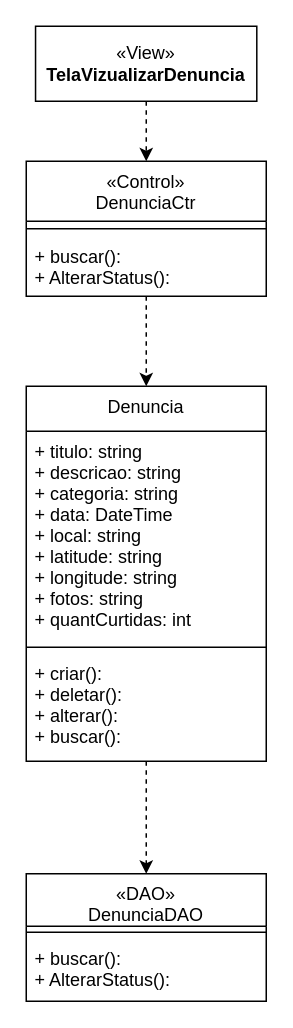
Before: Documentação/Diagramas/Diagramas de Casos de Uso/Diagrama de Caso de Uso Alterar Status.drawio in frsouzaa/Documentacao-TCC-NossaVia, a draw.io diagram. Source tidied: cells renumbered, new cells numbered last; positions are measured from the earlier drawing's top-left corner, leaving out a move shared by most shapes. Both pictures are drawn from the tidied source at 150%, with x=0, y=0 at pixel (26, 26).
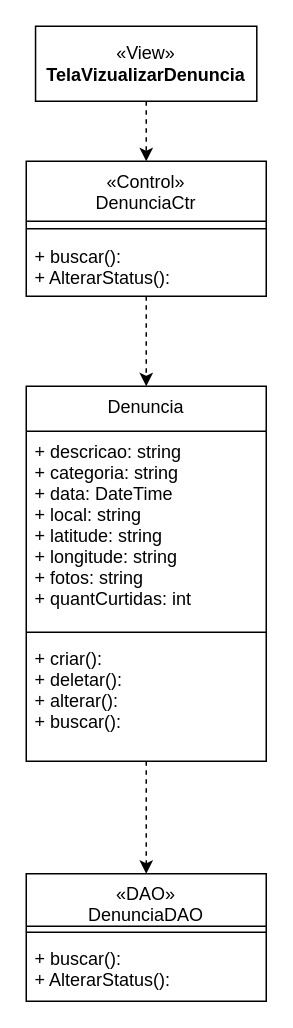
The same diagram, later.

Change to the diagram source:
```diff
@@
 <mxGraphModel>
   <root>
     <mxCell id="0" />
     <mxCell id="1" parent="0" />
     <mxCell id="2" value="Denuncia" style="swimlane;fontStyle=0;align=center;verticalAlign=top;horizontal=1;startSize=30;rounded=0;shadow=0;strokeWidth=1;" parent="1" vertex="1">
       <mxGeometry y="240" width="160" height="250" as="geometry" />
     </mxCell>
-    <mxCell id="3" value="+ titulo: string&#10;+ descricao: string&#10;+ categoria: string&#10;+ data: DateTime&#10;+ local: string&#10;+ latitude: string&#10;+ longitude: string&#10;+ fotos: string&#10;+ quantCurtidas: int" style="text;align=left;verticalAlign=top;spacingLeft=4;spacingRight=4;overflow=hidden;" parent="2" vertex="1">
-      <mxGeometry y="30" width="160" height="140" as="geometry" />
-    </mxCell>
-    <mxCell id="4" style="line;html=1;strokeWidth=1;align=left;verticalAlign=middle;spacingTop=-1;spacingLeft=3;spacingRight=3;labelPosition=right;" parent="2" vertex="1">
-      <mxGeometry y="170" width="160" height="8" as="geometry" />
-    </mxCell>
+    <mxCell id="16" value="+ descricao: string&#10;+ categoria: string&#10;+ data: DateTime&#10;+ local: string&#10;+ latitude: string&#10;+ longitude: string&#10;+ fotos: string&#10;+ quantCurtidas: int" style="text;align=left;verticalAlign=top;spacingLeft=4;spacingRight=4;overflow=hidden;" parent="2" vertex="1">
+      <mxGeometry y="30" width="160" height="130" as="geometry" />
+    </mxCell>
+    <mxCell id="17" style="line;html=1;strokeWidth=1;align=left;verticalAlign=middle;spacingTop=-1;spacingLeft=3;spacingRight=3;labelPosition=right;" parent="2" vertex="1">
+      <mxGeometry y="160" width="160" height="8" as="geometry" />
+    </mxCell>
     <mxCell id="5" value="+ criar(): &#10;+ deletar(): &#10;+ alterar():&#10;+ buscar():&#10;" style="text;align=left;verticalAlign=top;spacingLeft=4;spacingRight=4;overflow=hidden;" parent="2" vertex="1">
-      <mxGeometry y="178" width="160" height="62" as="geometry" />
+      <mxGeometry y="168" width="160" height="62" as="geometry" />
     </mxCell>
     <mxCell id="6" style="edgeStyle=orthogonalEdgeStyle;rounded=0;jettySize=auto;html=1;exitX=0.5;exitY=1;exitDx=0;exitDy=0;entryX=0.5;entryY=0;entryDx=0;entryDy=0;dashed=1;" parent="1" edge="1" source="2" target="13">
       <mxGeometry relative="1" as="geometry" />
     </mxCell>
     <mxCell id="7" style="edgeStyle=orthogonalEdgeStyle;rounded=0;jettySize=auto;html=1;entryX=0.5;entryY=0;entryDx=0;entryDy=0;dashed=1;" parent="1" edge="1" source="8" target="10">
       <mxGeometry relative="1" as="geometry" />
     </mxCell>
     <mxCell id="8" value="«View»&lt;br&gt;&lt;b&gt;TelaVizualizarDenuncia&lt;br&gt;&lt;/b&gt;" style="html=1;whiteSpace=wrap;" parent="1" vertex="1">
       <mxGeometry x="6.2" width="147.5" height="50" as="geometry" />
     </mxCell>
     <mxCell id="9" style="edgeStyle=orthogonalEdgeStyle;rounded=0;jettySize=auto;html=1;exitX=0.5;exitY=1;exitDx=0;exitDy=0;entryX=0.5;entryY=0;entryDx=0;entryDy=0;dashed=1;" parent="1" edge="1" source="10" target="2">
       <mxGeometry relative="1" as="geometry" />
     </mxCell>
     <mxCell id="10" value="«Control»&#10;DenunciaCtr" style="swimlane;fontStyle=0;align=center;verticalAlign=top;horizontal=1;startSize=40;rounded=0;shadow=0;strokeWidth=1;" parent="1" vertex="1">
       <mxGeometry y="90" width="160" height="90" as="geometry" />
     </mxCell>
     <mxCell id="11" style="line;html=1;strokeWidth=1;align=left;verticalAlign=middle;spacingTop=-1;spacingLeft=3;spacingRight=3;labelPosition=right;" parent="10" vertex="1">
       <mxGeometry y="40" width="160" height="10" as="geometry" />
     </mxCell>
     <mxCell id="12" value="+ buscar():&#10;+ AlterarStatus():" style="text;align=left;verticalAlign=top;spacingLeft=4;spacingRight=4;overflow=hidden;" parent="10" vertex="1">
       <mxGeometry y="50" width="160" height="40" as="geometry" />
     </mxCell>
     <mxCell id="13" value="«DAO»&#10;DenunciaDAO&#10;" style="swimlane;fontStyle=0;align=center;verticalAlign=top;horizontal=1;startSize=35;rounded=0;shadow=0;strokeWidth=1;" parent="1" vertex="1">
       <mxGeometry y="565" width="160" height="85" as="geometry" />
     </mxCell>
     <mxCell id="14" style="line;html=1;strokeWidth=1;align=left;verticalAlign=middle;spacingTop=-1;spacingLeft=3;spacingRight=3;labelPosition=right;" parent="13" vertex="1">
       <mxGeometry y="35" width="160" height="8" as="geometry" />
     </mxCell>
     <mxCell id="15" value="+ buscar():&#10;+ AlterarStatus():" style="text;align=left;verticalAlign=top;spacingLeft=4;spacingRight=4;overflow=hidden;" parent="13" vertex="1">
       <mxGeometry y="43" width="160" height="37" as="geometry" />
     </mxCell>
   </root>
 </mxGraphModel>
```
